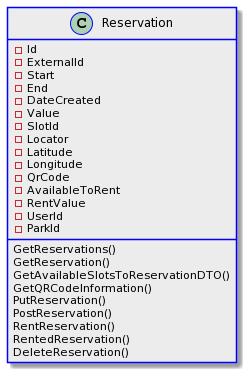
Earlier version of the PlantUML export Documentos/3_APICentral(iParkMedusa)/UC4/UC4DC.png (UPskillDOTNET/SapienSoft). Its diagram source:
```plantuml
@startuml
skinparam class {
BackgroundColor #ECECEC
ArrowColor Blue
BorderColor Blue
}

class Reservation{
- Id
- ExternalId
- Start
- End
- DateCreated
- Value
- SlotId
- Locator
- Latitude
- Longitude
- QrCode
- AvailableToRent
- RentValue
- UserId
- ParkId
GetReservations()
GetReservation()
GetAvailableSlotsToReservationDTO()
GetQRCodeInformation()
PutReservation()
PostReservation()
RentReservation()
RentedReservation()
DeleteReservation()
}
@enduml
```
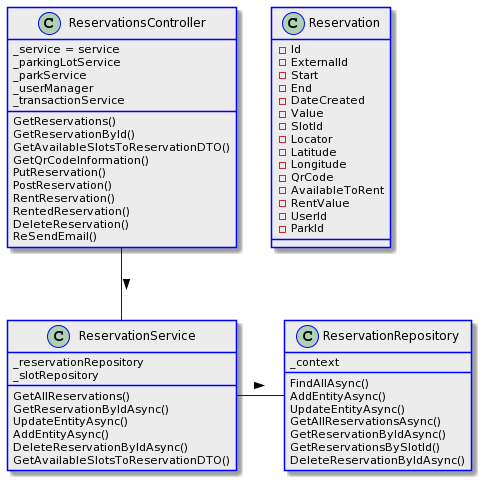
After the change.

Change to the diagram source:
```diff
@@ -21,14 +21,49 @@
 - RentValue
 - UserId
 - ParkId
+}
+
+class ReservationsController{
+_service = service
+_parkingLotService
+_parkService
+_userManager
+_transactionService
 GetReservations()
-GetReservation()
+GetReservationById()
 GetAvailableSlotsToReservationDTO()
-GetQRCodeInformation()
+GetQrCodeInformation()
 PutReservation()
 PostReservation()
 RentReservation()
 RentedReservation()
 DeleteReservation()
+ReSendEmail()
 }
+
+class ReservationService {
+_reservationRepository
+_slotRepository
+GetAllReservations()
+GetReservationByIdAsync()
+UpdateEntityAsync()
+AddEntityAsync()
+DeleteReservationByIdAsync()
+GetAvailableSlotsToReservationDTO()
+}
+
+class ReservationRepository{
+_context
+FindAllAsync()
+AddEntityAsync()
+UpdateEntityAsync()
+GetAllReservationsAsync()
+GetReservationByIdAsync()
+GetReservationsBySlotId()
+DeleteReservationByIdAsync()
+}
+
+
+ReservationsController -- ReservationService : >
+ReservationService -right- ReservationRepository : >
 @enduml
```
